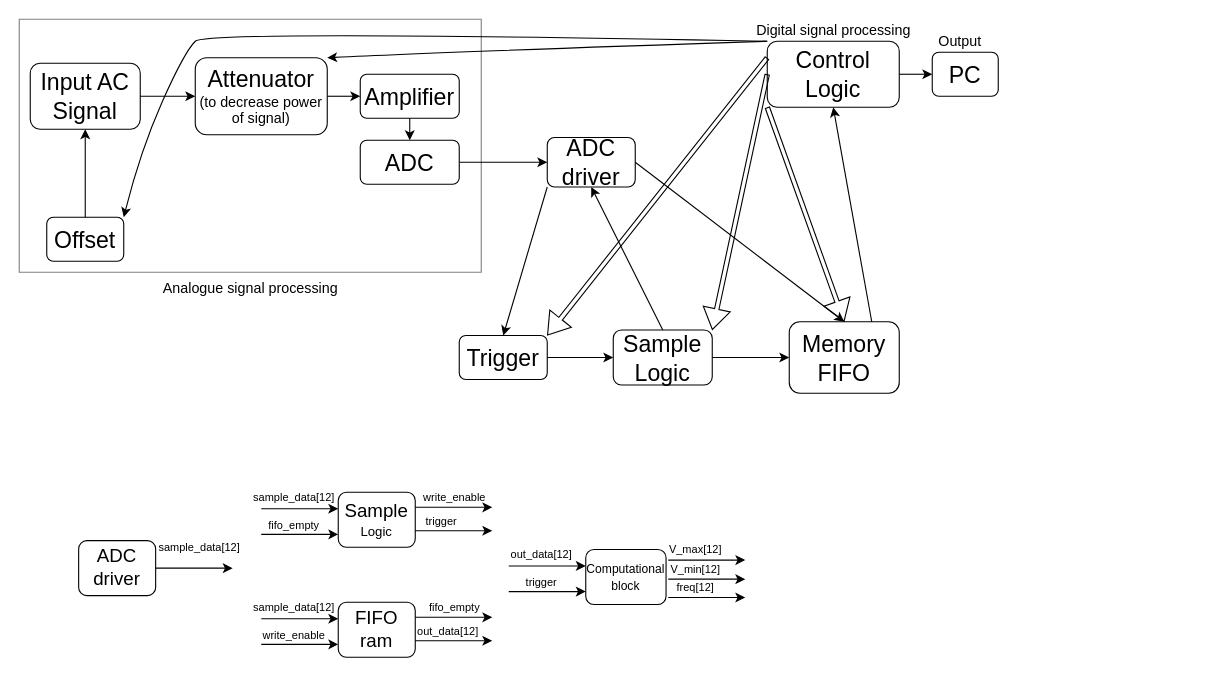
Before: OscilloscopeStructure.drawio in 2uger/digital-oscilloscope, a draw.io diagram. Source tidied: cells renumbered, new cells numbered last; positions are measured from the earlier drawing's top-left corner, leaving out a move shared by most shapes. Both pictures are drawn from the tidied source at 110%, with x=0, y=0 at pixel (19, 19).
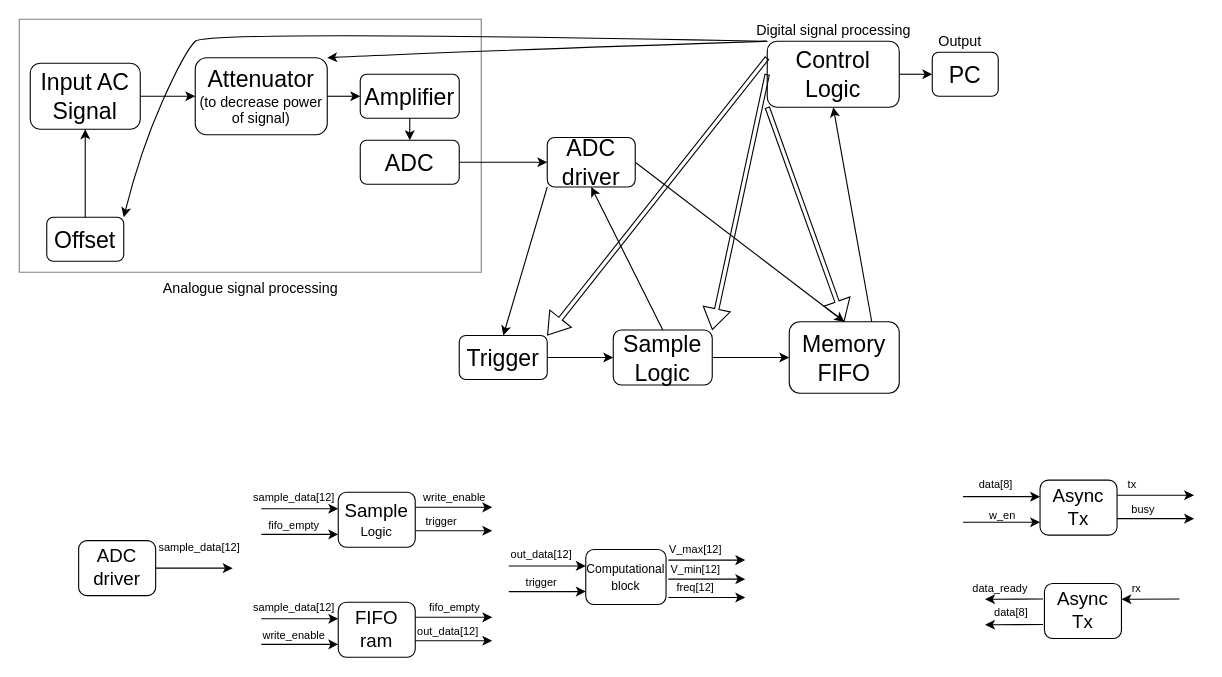
After the change.

What changed in the source:
```diff
@@
+    <mxCell id="65" value="&lt;span style=&quot;font-size: 17px&quot;&gt;Async&lt;br&gt;Tx&lt;br&gt;&lt;/span&gt;" style="rounded=1;whiteSpace=wrap;html=1;" parent="1" vertex="1">
+      <mxGeometry x="928" y="419" width="70" height="50" as="geometry" />
+    </mxCell>
+    <mxCell id="66" style="endArrow=classic;html=1;rounded=0;fontSize=17;exitX=1;exitY=0.5;exitDx=0;exitDy=0;" parent="1" edge="1">
+      <mxGeometry relative="1" as="geometry">
+        <mxPoint x="858" y="434" as="sourcePoint" />
+        <mxPoint x="928" y="434" as="targetPoint" />
+      </mxGeometry>
+    </mxCell>
+    <mxCell id="67" value="&lt;font style=&quot;font-size: 10px&quot;&gt;data[8]&lt;/font&gt;" style="text;html=1;strokeColor=none;fillColor=none;align=center;verticalAlign=middle;whiteSpace=wrap;rounded=0;fontSize=17;" parent="1" vertex="1">
+      <mxGeometry x="858" y="407" width="60" height="30" as="geometry" />
+    </mxCell>
+    <mxCell id="68" style="endArrow=classic;html=1;rounded=0;fontSize=17;exitX=1;exitY=0.5;exitDx=0;exitDy=0;" parent="1" edge="1">
+      <mxGeometry relative="1" as="geometry">
+        <mxPoint x="858" y="457.3" as="sourcePoint" />
+        <mxPoint x="928" y="457.3" as="targetPoint" />
+      </mxGeometry>
+    </mxCell>
+    <mxCell id="69" value="&lt;font style=&quot;font-size: 10px&quot;&gt;w_en&lt;br&gt;&lt;/font&gt;" style="text;html=1;strokeColor=none;fillColor=none;align=center;verticalAlign=middle;whiteSpace=wrap;rounded=0;fontSize=17;" parent="1" vertex="1">
+      <mxGeometry x="870" y="436" width="48" height="27" as="geometry" />
+    </mxCell>
+    <mxCell id="70" style="endArrow=classic;html=1;rounded=0;fontSize=17;exitX=1;exitY=0.5;exitDx=0;exitDy=0;" parent="1" edge="1">
+      <mxGeometry relative="1" as="geometry">
+        <mxPoint x="998" y="432.7" as="sourcePoint" />
+        <mxPoint x="1068" y="432.7" as="targetPoint" />
+      </mxGeometry>
+    </mxCell>
+    <mxCell id="71" value="&lt;font style=&quot;font-size: 10px&quot;&gt;tx&lt;/font&gt;" style="text;html=1;strokeColor=none;fillColor=none;align=center;verticalAlign=middle;whiteSpace=wrap;rounded=0;fontSize=17;" parent="1" vertex="1">
+      <mxGeometry x="982" y="407" width="60" height="30" as="geometry" />
+    </mxCell>
+    <mxCell id="72" style="endArrow=classic;html=1;rounded=0;fontSize=17;exitX=1;exitY=0.5;exitDx=0;exitDy=0;" parent="1" edge="1">
+      <mxGeometry relative="1" as="geometry">
+        <mxPoint x="998" y="454" as="sourcePoint" />
+        <mxPoint x="1068" y="454" as="targetPoint" />
+      </mxGeometry>
+    </mxCell>
+    <mxCell id="73" value="&lt;font style=&quot;font-size: 10px&quot;&gt;busy&lt;/font&gt;" style="text;html=1;strokeColor=none;fillColor=none;align=center;verticalAlign=middle;whiteSpace=wrap;rounded=0;fontSize=17;" parent="1" vertex="1">
+      <mxGeometry x="992" y="429" width="60" height="30" as="geometry" />
+    </mxCell>
+    <mxCell id="74" value="&lt;span style=&quot;font-size: 17px&quot;&gt;Async&lt;br&gt;Tx&lt;br&gt;&lt;/span&gt;" style="rounded=1;whiteSpace=wrap;html=1;" parent="1" vertex="1">
+      <mxGeometry x="932" y="513" width="70" height="50" as="geometry" />
+    </mxCell>
+    <mxCell id="75" value="&lt;font style=&quot;font-size: 10px&quot;&gt;rx&lt;/font&gt;" style="text;html=1;strokeColor=none;fillColor=none;align=center;verticalAlign=middle;whiteSpace=wrap;rounded=0;fontSize=17;" parent="1" vertex="1">
+      <mxGeometry x="986" y="501" width="60" height="30" as="geometry" />
+    </mxCell>
+    <mxCell id="76" style="endArrow=classic;html=1;rounded=0;fontSize=17;entryX=1;entryY=0.75;entryDx=0;entryDy=0;exitX=0.979;exitY=0.907;exitDx=0;exitDy=0;exitPerimeter=0;" parent="1" edge="1">
+      <mxGeometry relative="1" as="geometry">
+        <mxPoint x="1054.7" y="527" as="sourcePoint" />
+        <mxPoint x="1002" y="527.3" as="targetPoint" />
+      </mxGeometry>
+    </mxCell>
+    <mxCell id="77" value="&lt;font style=&quot;font-size: 10px&quot;&gt;data[8]&lt;/font&gt;" style="text;html=1;strokeColor=none;fillColor=none;align=center;verticalAlign=middle;whiteSpace=wrap;rounded=0;fontSize=17;" parent="1" vertex="1">
+      <mxGeometry x="872" y="523" width="60" height="30" as="geometry" />
+    </mxCell>
+    <mxCell id="78" value="&lt;font style=&quot;font-size: 10px&quot;&gt;data_ready&lt;/font&gt;" style="text;html=1;strokeColor=none;fillColor=none;align=center;verticalAlign=middle;whiteSpace=wrap;rounded=0;fontSize=17;" parent="1" vertex="1">
+      <mxGeometry x="862" y="501" width="60" height="30" as="geometry" />
+    </mxCell>
+    <mxCell id="79" style="endArrow=classic;html=1;rounded=0;fontSize=17;entryX=1;entryY=0.75;entryDx=0;entryDy=0;exitX=0.979;exitY=0.907;exitDx=0;exitDy=0;exitPerimeter=0;" parent="1" edge="1" source="77">
+      <mxGeometry relative="1" as="geometry">
+        <mxPoint x="878" y="550.5" as="targetPoint" />
+      </mxGeometry>
+    </mxCell>
+    <mxCell id="80" style="endArrow=classic;html=1;rounded=0;fontSize=17;entryX=1;entryY=0.75;entryDx=0;entryDy=0;exitX=0.979;exitY=0.907;exitDx=0;exitDy=0;exitPerimeter=0;" parent="1" edge="1">
+      <mxGeometry relative="1" as="geometry">
+        <mxPoint x="930.7" y="527" as="sourcePoint" />
+        <mxPoint x="878" y="527.3" as="targetPoint" />
+      </mxGeometry>
+    </mxCell>
```
